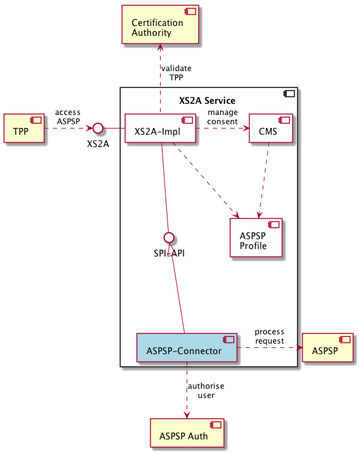
adorsys/xs2a keeps this PlantUML diagram as doc/architecture/images/L01-Whitebox.png. Above is the earlier version.
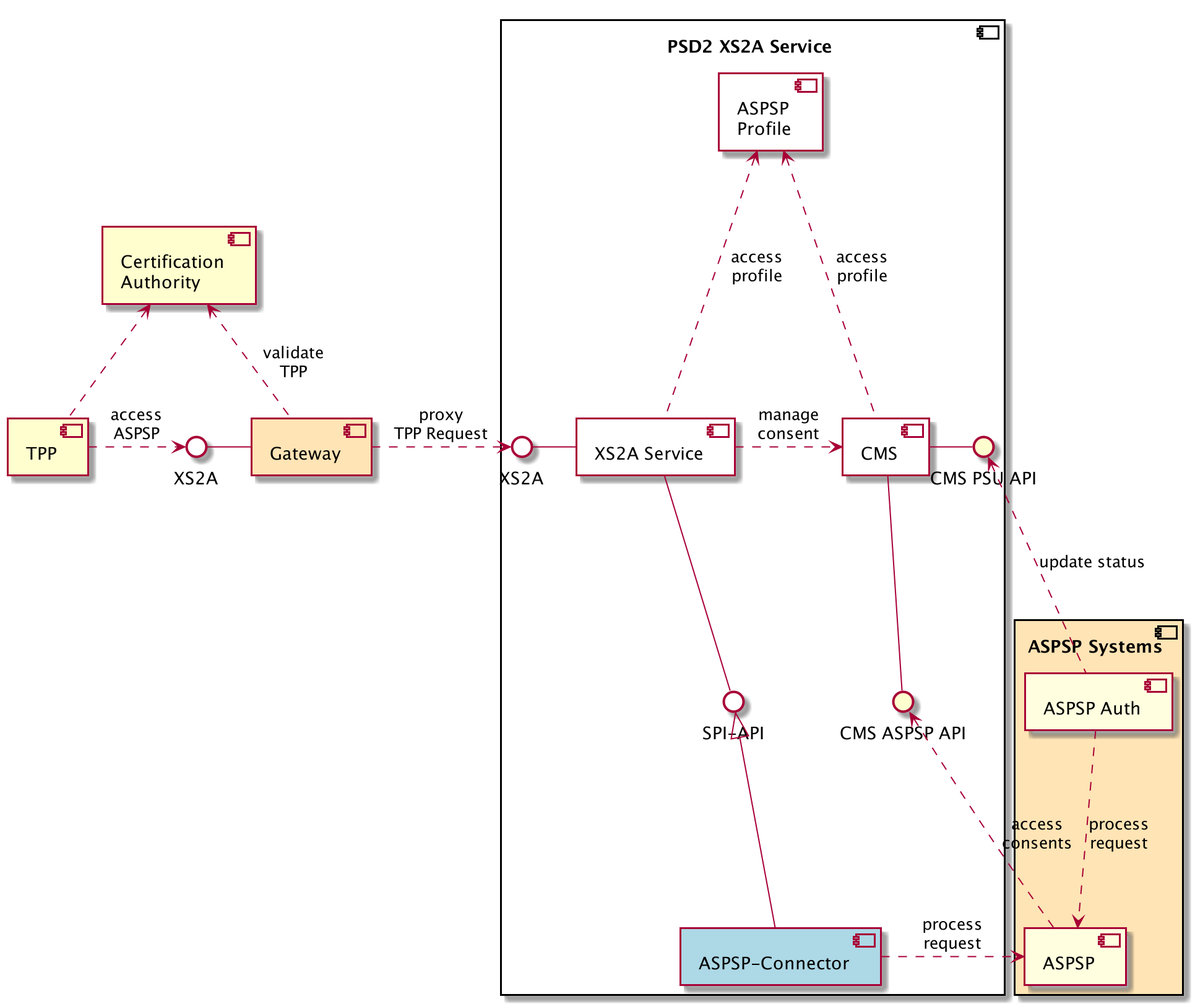
The same file after the commit.

Commit message:
Update whitebox diagram

Change to the diagram source:
```diff
@@ -2,31 +2,50 @@
 skinparam componentStyle uml2
 
 component "TPP" as TPP
-component "ASPSP" as ASPSP
-component "ASPSP Auth" as auth
 component "Certification\nAuthority" as CA
 interface XS2A #white
 
 TPP .> XS2A : access\nASPSP
+CA <.. TPP
 
-component "XS2A Service \n" {
-    component "XS2A-Impl" as xs2aimpl #white
+component "Gateway" as GW #moccasin
+
+component "ASPSP Systems \n" #moccasin {
+    component "ASPSP" as ASPSP #lightyellow
+    component "ASPSP Auth" as auth #lightyellow
+
+    auth ..> ASPSP : process\nrequest
+}
+
+component "PSD2 XS2A Service \n" {
+    component "ASPSP\nProfile" as profile #white
+    component "XS2A Service" as xs2aimpl #white
     component "CMS" as cms #white
-    component "ASPSP\nProfile" as profile #white
     interface "SPI-API" as spi #white
     component "ASPSP-Connector" as connector #lightblue
+    interface "XS2A" as XS2AI #white
+    interface "CMS PSU API" as cms_psu
+    interface "CMS ASPSP API" as cms_aspsp
 
-    XS2A - xs2aimpl
+    CA <.. GW : validate\nTPP
+
+    profile <.. xs2aimpl : access\nprofile
+    profile <.. cms : access\nprofile
+
+    XS2A - GW
+    GW .> XS2AI : proxy\nTPP Request
+    XS2AI - xs2aimpl
     xs2aimpl -- spi
     spi <|--connector
     xs2aimpl .> cms : manage\nconsent
-    xs2aimpl .> profile
-    cms ..> profile
+    cms - cms_psu
+    cms -- cms_aspsp
 
-    CA <.. xs2aimpl : validate\nTPP
 
     connector .> ASPSP : process\nrequest
-    connector ..> auth : authorise\nuser
+
+    cms_psu <. auth : update status
+    cms_aspsp <. ASPSP : access\nconsents
 }
 
 @enduml
```
